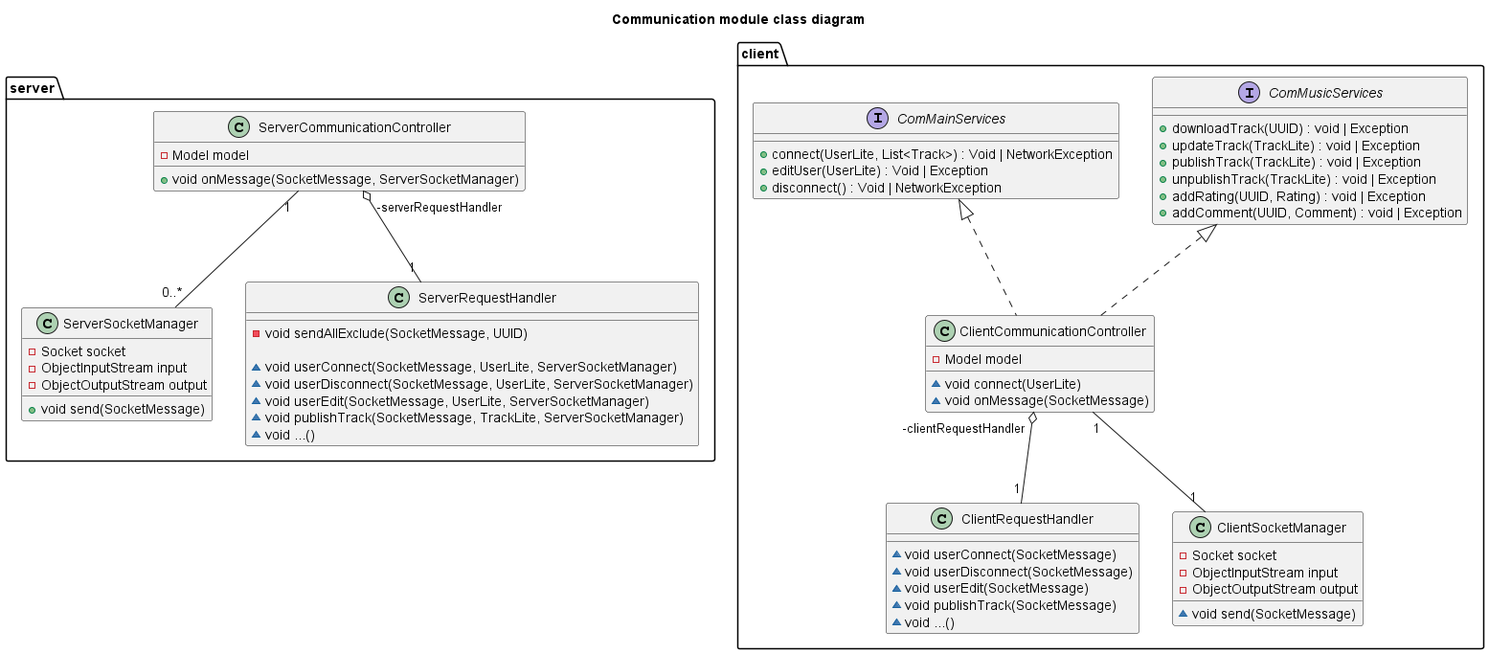
Before: website/images/class/1.1 Communication module class diagram.png, a diagram exported from PlantUML (UTCAI12/Diagrams).
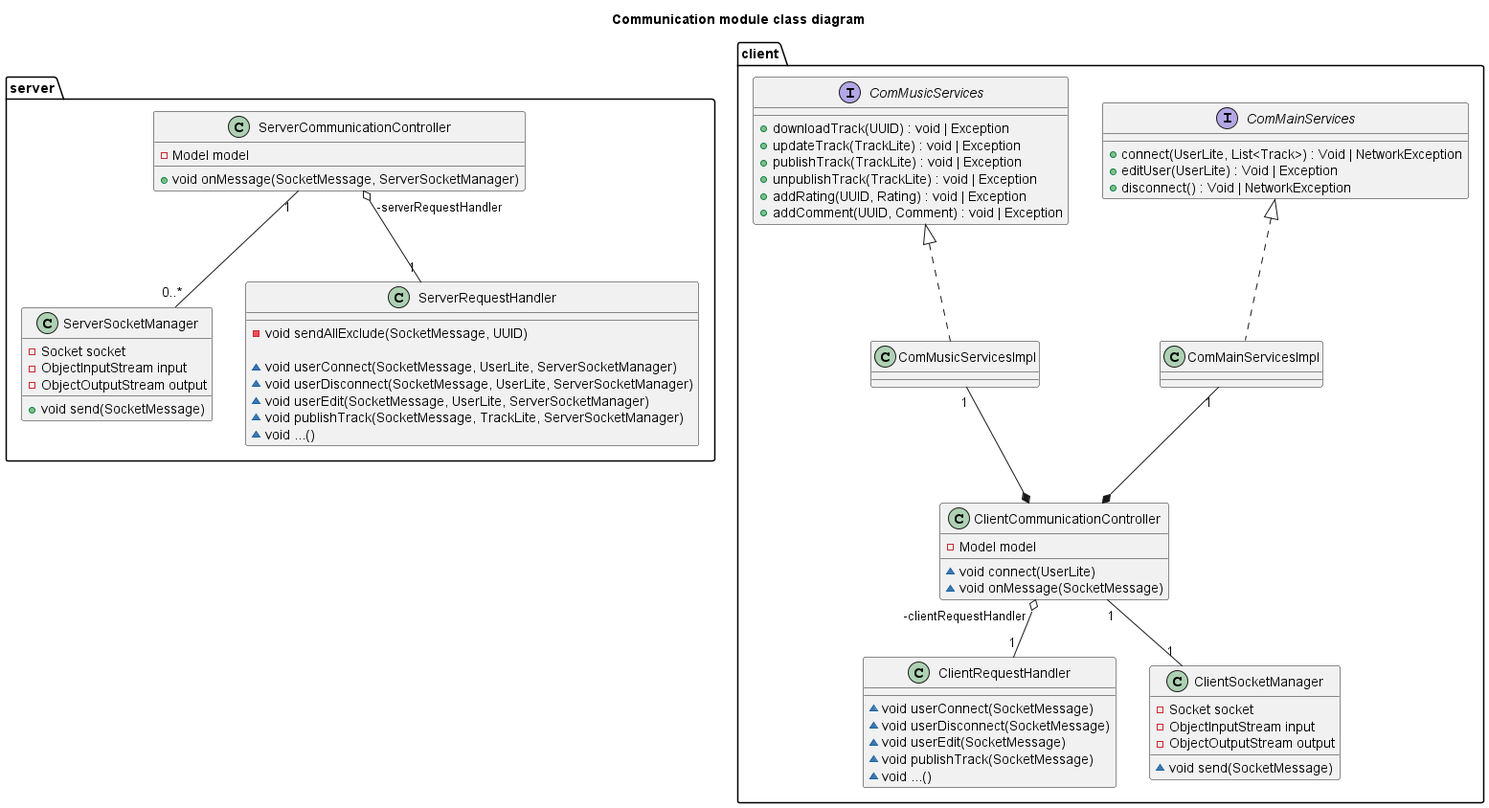
The same file after the commit.

The edit, as a diff of the source:
```diff
@@ -31,7 +31,7 @@
 }
 
 package client {
-    class ClientCommunicationController implements ComMusicServices, ComMainServices  {
+    class ClientCommunicationController {
         - Model model
 
         ~ void connect(UserLite)
@@ -61,6 +61,12 @@
         + addComment(UUID, Comment) : void | Exception
     }
 
+    class ComMainServicesImpl implements ComMainServices {
+    }
+
+    class ComMusicServicesImpl implements ComMusicServices {
+    }
+
     class ClientSocketManager {
         - Socket socket
         - ObjectInputStream input
@@ -70,6 +76,9 @@
     }
 
     ClientSocketManager "1" -up- "1" ClientCommunicationController
-    ClientCommunicationController "-clientRequestHandler" o-- "    1" ClientRequestHandler
+    ClientCommunicationController "-clientRequestHandler" o-- "1" ClientRequestHandler
+    ComMainServicesImpl "1" --*  ClientCommunicationController
+    ComMusicServicesImpl "1" --* ClientCommunicationController
+
 }
 @enduml
```
